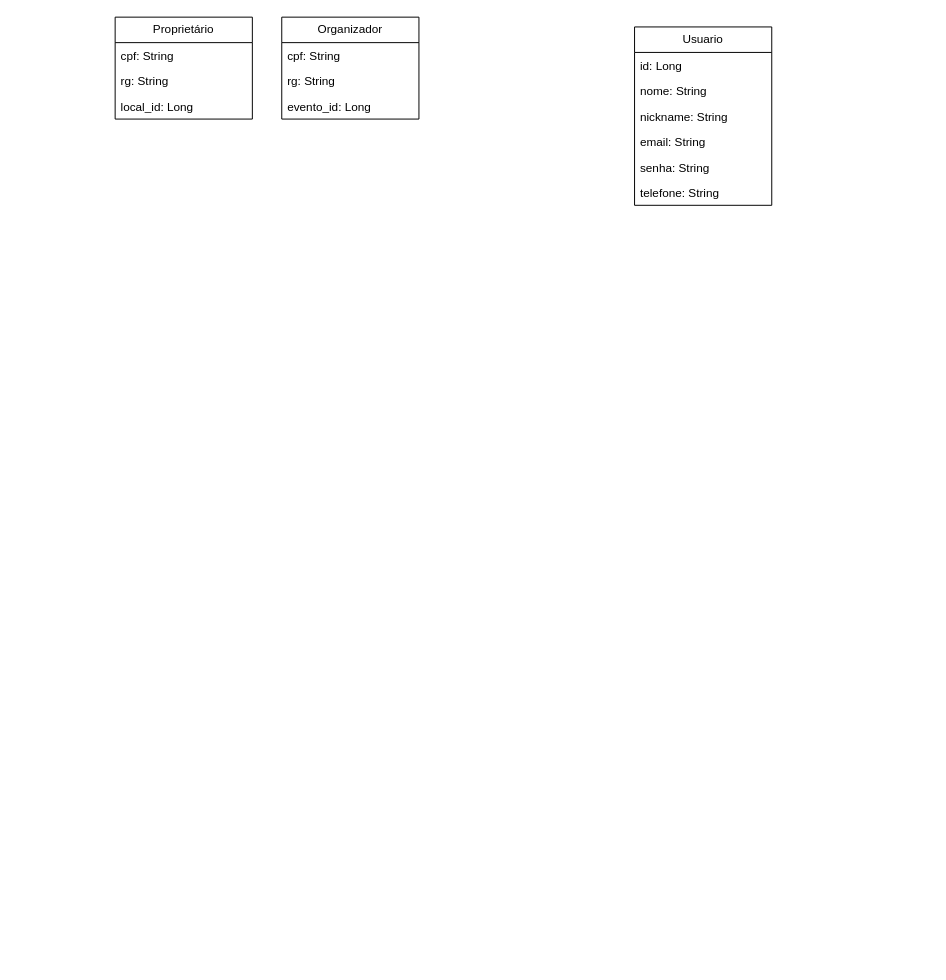
This is DiagramaDeClassesPokando.drawio from ChumeLabs-Pokando/Pokando, a draw.io file, before an edit. Source tidied: cells renumbered, new cells numbered last; positions are measured from the earlier drawing's top-left corner, leaving out a move shared by most shapes. Both pictures are drawn from the tidied source at 98%, with x=0, y=0 at pixel (115, 17).
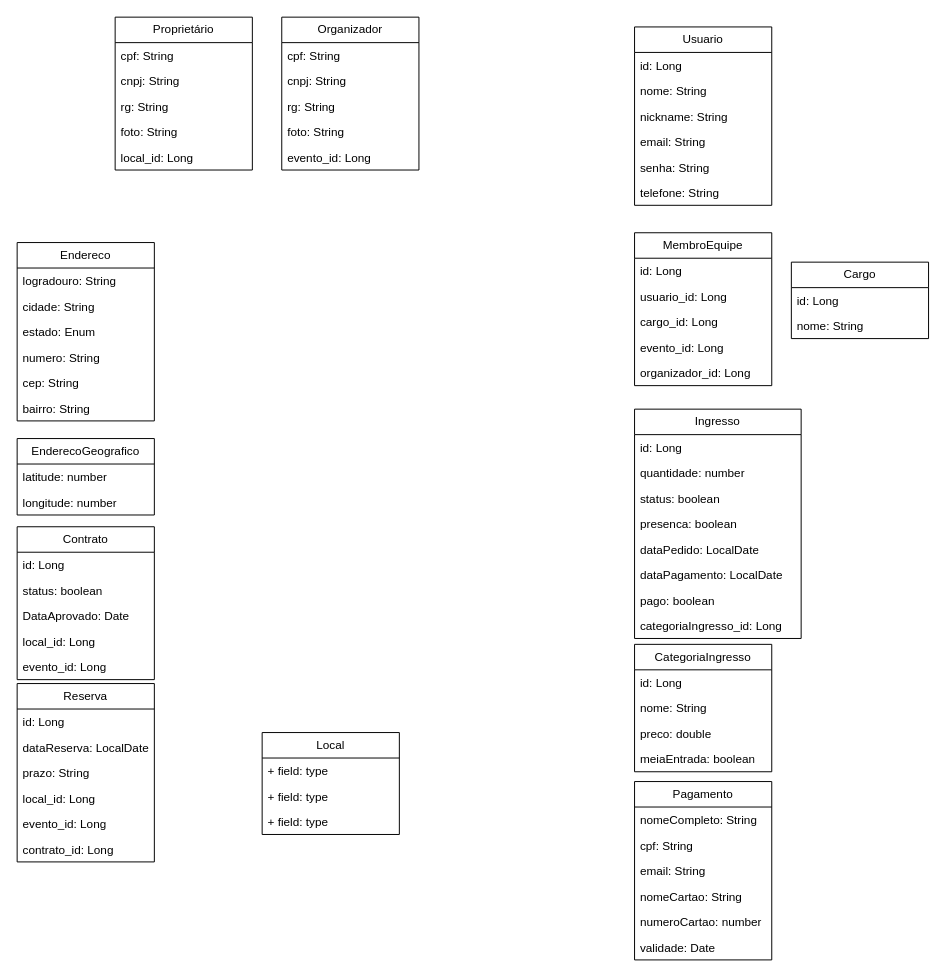
The same diagram, later.

Commit message:
Classes e atributos do diagrama antigo

Change to the diagram source:
```diff
@@
     <mxCell id="9" value="Proprietário" style="swimlane;fontStyle=0;horizontal=1;startSize=26;fillColor=none;whiteSpace=wrap;html=1;" parent="1" vertex="1">
-      <mxGeometry width="140" height="104" as="geometry" />
+      <mxGeometry width="140" height="156" as="geometry" />
     </mxCell>
@@
+    <mxCell id="17" value="&lt;span style=&quot;background-color: transparent; color: light-dark(rgb(0, 0, 0), rgb(255, 255, 255));&quot;&gt;cnpj: String&lt;/span&gt;" style="text;strokeColor=none;fillColor=none;align=left;verticalAlign=top;spacingLeft=4;spacingRight=4;overflow=hidden;whiteSpace=wrap;html=1;" parent="9" vertex="1">
+      <mxGeometry y="52" width="140" height="26" as="geometry" />
+    </mxCell>
     <mxCell id="11" value="rg: String" style="text;strokeColor=none;fillColor=none;align=left;verticalAlign=top;spacingLeft=4;spacingRight=4;overflow=hidden;whiteSpace=wrap;html=1;" parent="9" vertex="1">
-      <mxGeometry y="52" width="140" height="26" as="geometry" />
+      <mxGeometry y="78" width="140" height="26" as="geometry" />
     </mxCell>
+    <mxCell id="18" value="foto&lt;span style=&quot;background-color: transparent; color: light-dark(rgb(0, 0, 0), rgb(255, 255, 255));&quot;&gt;: String&lt;/span&gt;" style="text;strokeColor=none;fillColor=none;align=left;verticalAlign=top;spacingLeft=4;spacingRight=4;overflow=hidden;whiteSpace=wrap;html=1;" parent="9" vertex="1">
+      <mxGeometry y="104" width="140" height="26" as="geometry" />
+    </mxCell>
     <mxCell id="12" value="local_id: Long" style="text;strokeColor=none;fillColor=none;align=left;verticalAlign=top;spacingLeft=4;spacingRight=4;overflow=hidden;whiteSpace=wrap;html=1;" parent="9" vertex="1">
-      <mxGeometry y="78" width="140" height="26" as="geometry" />
+      <mxGeometry y="130" width="140" height="26" as="geometry" />
     </mxCell>
     <mxCell id="13" value="Organizador" style="swimlane;fontStyle=0;horizontal=1;startSize=26;fillColor=none;whiteSpace=wrap;html=1;" parent="1" vertex="1">
-      <mxGeometry x="170" width="140" height="104" as="geometry" />
+      <mxGeometry x="170" width="140" height="156" as="geometry" />
     </mxCell>
@@
+    <mxCell id="19" value="&lt;span style=&quot;background-color: transparent; color: light-dark(rgb(0, 0, 0), rgb(255, 255, 255));&quot;&gt;cnpj: String&lt;/span&gt;" style="text;strokeColor=none;fillColor=none;align=left;verticalAlign=top;spacingLeft=4;spacingRight=4;overflow=hidden;whiteSpace=wrap;html=1;" parent="13" vertex="1">
+      <mxGeometry y="52" width="140" height="26" as="geometry" />
+    </mxCell>
     <mxCell id="15" value="rg: String" style="text;strokeColor=none;fillColor=none;align=left;verticalAlign=top;spacingLeft=4;spacingRight=4;overflow=hidden;whiteSpace=wrap;html=1;" parent="13" vertex="1">
-      <mxGeometry y="52" width="140" height="26" as="geometry" />
+      <mxGeometry y="78" width="140" height="26" as="geometry" />
     </mxCell>
+    <mxCell id="20" value="foto&lt;span style=&quot;background-color: transparent; color: light-dark(rgb(0, 0, 0), rgb(255, 255, 255));&quot;&gt;: String&lt;/span&gt;" style="text;strokeColor=none;fillColor=none;align=left;verticalAlign=top;spacingLeft=4;spacingRight=4;overflow=hidden;whiteSpace=wrap;html=1;" parent="13" vertex="1">
+      <mxGeometry y="104" width="140" height="26" as="geometry" />
+    </mxCell>
     <mxCell id="16" value="evento_id: Long" style="text;strokeColor=none;fillColor=none;align=left;verticalAlign=top;spacingLeft=4;spacingRight=4;overflow=hidden;whiteSpace=wrap;html=1;" parent="13" vertex="1">
-      <mxGeometry y="78" width="140" height="26" as="geometry" />
+      <mxGeometry y="130" width="140" height="26" as="geometry" />
     </mxCell>
+    <mxCell id="21" value="Endereco" style="swimlane;fontStyle=0;horizontal=1;startSize=26;fillColor=none;whiteSpace=wrap;html=1;" parent="1" vertex="1">
+      <mxGeometry x="-100" y="230" width="140" height="182" as="geometry" />
+    </mxCell>
+    <mxCell id="22" value="logradouro: String" style="text;strokeColor=none;fillColor=none;align=left;verticalAlign=top;spacingLeft=4;spacingRight=4;overflow=hidden;whiteSpace=wrap;html=1;" parent="21" vertex="1">
+      <mxGeometry y="26" width="140" height="26" as="geometry" />
+    </mxCell>
+    <mxCell id="23" value="cidade: String" style="text;strokeColor=none;fillColor=none;align=left;verticalAlign=top;spacingLeft=4;spacingRight=4;overflow=hidden;whiteSpace=wrap;html=1;" parent="21" vertex="1">
+      <mxGeometry y="52" width="140" height="26" as="geometry" />
+    </mxCell>
+    <mxCell id="24" value="estado: Enum" style="text;strokeColor=none;fillColor=none;align=left;verticalAlign=top;spacingLeft=4;spacingRight=4;overflow=hidden;whiteSpace=wrap;html=1;" parent="21" vertex="1">
+      <mxGeometry y="78" width="140" height="26" as="geometry" />
+    </mxCell>
+    <mxCell id="25" value="numero: String" style="text;strokeColor=none;fillColor=none;align=left;verticalAlign=top;spacingLeft=4;spacingRight=4;overflow=hidden;whiteSpace=wrap;html=1;" parent="21" vertex="1">
+      <mxGeometry y="104" width="140" height="26" as="geometry" />
+    </mxCell>
+    <mxCell id="26" value="cep: String" style="text;strokeColor=none;fillColor=none;align=left;verticalAlign=top;spacingLeft=4;spacingRight=4;overflow=hidden;whiteSpace=wrap;html=1;" parent="21" vertex="1">
+      <mxGeometry y="130" width="140" height="26" as="geometry" />
+    </mxCell>
+    <mxCell id="27" value="bairro: String" style="text;strokeColor=none;fillColor=none;align=left;verticalAlign=top;spacingLeft=4;spacingRight=4;overflow=hidden;whiteSpace=wrap;html=1;" parent="21" vertex="1">
+      <mxGeometry y="156" width="140" height="26" as="geometry" />
+    </mxCell>
+    <mxCell id="28" value="EnderecoGeografico" style="swimlane;fontStyle=0;horizontal=1;startSize=26;fillColor=none;whiteSpace=wrap;html=1;" parent="1" vertex="1">
+      <mxGeometry x="-100" y="430" width="140" height="78" as="geometry" />
+    </mxCell>
+    <mxCell id="29" value="latitude: number" style="text;strokeColor=none;fillColor=none;align=left;verticalAlign=top;spacingLeft=4;spacingRight=4;overflow=hidden;whiteSpace=wrap;html=1;" parent="28" vertex="1">
+      <mxGeometry y="26" width="140" height="26" as="geometry" />
+    </mxCell>
+    <mxCell id="30" value="longitude: number" style="text;strokeColor=none;fillColor=none;align=left;verticalAlign=top;spacingLeft=4;spacingRight=4;overflow=hidden;whiteSpace=wrap;html=1;" parent="28" vertex="1">
+      <mxGeometry y="52" width="140" height="26" as="geometry" />
+    </mxCell>
+    <mxCell id="31" value="MembroEquipe" style="swimlane;fontStyle=0;horizontal=1;startSize=26;fillColor=none;whiteSpace=wrap;html=1;" parent="1" vertex="1">
+      <mxGeometry x="530" y="220" width="140" height="156" as="geometry" />
+    </mxCell>
+    <mxCell id="32" value="id: Long" style="text;strokeColor=none;fillColor=none;align=left;verticalAlign=top;spacingLeft=4;spacingRight=4;overflow=hidden;whiteSpace=wrap;html=1;" parent="31" vertex="1">
+      <mxGeometry y="26" width="140" height="26" as="geometry" />
+    </mxCell>
+    <mxCell id="33" value="usuario_id: Long" style="text;strokeColor=none;fillColor=none;align=left;verticalAlign=top;spacingLeft=4;spacingRight=4;overflow=hidden;whiteSpace=wrap;html=1;" parent="31" vertex="1">
+      <mxGeometry y="52" width="140" height="26" as="geometry" />
+    </mxCell>
+    <mxCell id="34" value="cargo_id: Long" style="text;strokeColor=none;fillColor=none;align=left;verticalAlign=top;spacingLeft=4;spacingRight=4;overflow=hidden;whiteSpace=wrap;html=1;" parent="31" vertex="1">
+      <mxGeometry y="78" width="140" height="26" as="geometry" />
+    </mxCell>
+    <mxCell id="35" value="evento_id: Long" style="text;strokeColor=none;fillColor=none;align=left;verticalAlign=top;spacingLeft=4;spacingRight=4;overflow=hidden;whiteSpace=wrap;html=1;" parent="31" vertex="1">
+      <mxGeometry y="104" width="140" height="26" as="geometry" />
+    </mxCell>
+    <mxCell id="36" value="organizador_id: Long" style="text;strokeColor=none;fillColor=none;align=left;verticalAlign=top;spacingLeft=4;spacingRight=4;overflow=hidden;whiteSpace=wrap;html=1;" parent="31" vertex="1">
+      <mxGeometry y="130" width="140" height="26" as="geometry" />
+    </mxCell>
+    <mxCell id="37" value="Cargo" style="swimlane;fontStyle=0;horizontal=1;startSize=26;fillColor=none;whiteSpace=wrap;html=1;" parent="1" vertex="1">
+      <mxGeometry x="690" y="250" width="140" height="78" as="geometry" />
+    </mxCell>
+    <mxCell id="38" value="id: Long" style="text;strokeColor=none;fillColor=none;align=left;verticalAlign=top;spacingLeft=4;spacingRight=4;overflow=hidden;whiteSpace=wrap;html=1;" parent="37" vertex="1">
+      <mxGeometry y="26" width="140" height="26" as="geometry" />
+    </mxCell>
+    <mxCell id="39" value="nome: String" style="text;strokeColor=none;fillColor=none;align=left;verticalAlign=top;spacingLeft=4;spacingRight=4;overflow=hidden;whiteSpace=wrap;html=1;" parent="37" vertex="1">
+      <mxGeometry y="52" width="140" height="26" as="geometry" />
+    </mxCell>
+    <mxCell id="40" value="Ingresso" style="swimlane;fontStyle=0;horizontal=1;startSize=26;fillColor=none;whiteSpace=wrap;html=1;" parent="1" vertex="1">
+      <mxGeometry x="530" y="400" width="170" height="234" as="geometry" />
+    </mxCell>
+    <mxCell id="41" value="id: Long" style="text;strokeColor=none;fillColor=none;align=left;verticalAlign=top;spacingLeft=4;spacingRight=4;overflow=hidden;whiteSpace=wrap;html=1;" parent="40" vertex="1">
+      <mxGeometry y="26" width="170" height="26" as="geometry" />
+    </mxCell>
+    <mxCell id="42" value="quantidade: number" style="text;strokeColor=none;fillColor=none;align=left;verticalAlign=top;spacingLeft=4;spacingRight=4;overflow=hidden;whiteSpace=wrap;html=1;" parent="40" vertex="1">
+      <mxGeometry y="52" width="170" height="26" as="geometry" />
+    </mxCell>
+    <mxCell id="43" value="status: boolean" style="text;strokeColor=none;fillColor=none;align=left;verticalAlign=top;spacingLeft=4;spacingRight=4;overflow=hidden;whiteSpace=wrap;html=1;" parent="40" vertex="1">
+      <mxGeometry y="78" width="170" height="26" as="geometry" />
+    </mxCell>
+    <mxCell id="44" value="presenca: boolean" style="text;strokeColor=none;fillColor=none;align=left;verticalAlign=top;spacingLeft=4;spacingRight=4;overflow=hidden;whiteSpace=wrap;html=1;" parent="40" vertex="1">
+      <mxGeometry y="104" width="170" height="26" as="geometry" />
+    </mxCell>
+    <mxCell id="45" value="dataPedido: LocalDate" style="text;strokeColor=none;fillColor=none;align=left;verticalAlign=top;spacingLeft=4;spacingRight=4;overflow=hidden;whiteSpace=wrap;html=1;" parent="40" vertex="1">
+      <mxGeometry y="130" width="170" height="26" as="geometry" />
+    </mxCell>
+    <mxCell id="46" value="dataPagamento: LocalDate" style="text;strokeColor=none;fillColor=none;align=left;verticalAlign=top;spacingLeft=4;spacingRight=4;overflow=hidden;whiteSpace=wrap;html=1;" parent="40" vertex="1">
+      <mxGeometry y="156" width="170" height="26" as="geometry" />
+    </mxCell>
+    <mxCell id="47" value="pago: boolean" style="text;strokeColor=none;fillColor=none;align=left;verticalAlign=top;spacingLeft=4;spacingRight=4;overflow=hidden;whiteSpace=wrap;html=1;" parent="40" vertex="1">
+      <mxGeometry y="182" width="170" height="26" as="geometry" />
+    </mxCell>
+    <mxCell id="48" value="categoriaIngresso_id: Long" style="text;strokeColor=none;fillColor=none;align=left;verticalAlign=top;spacingLeft=4;spacingRight=4;overflow=hidden;whiteSpace=wrap;html=1;" parent="40" vertex="1">
+      <mxGeometry y="208" width="170" height="26" as="geometry" />
+    </mxCell>
+    <mxCell id="49" value="CategoriaIngresso" style="swimlane;fontStyle=0;horizontal=1;startSize=26;fillColor=none;whiteSpace=wrap;html=1;" parent="1" vertex="1">
+      <mxGeometry x="530" y="640" width="140" height="130" as="geometry" />
+    </mxCell>
+    <mxCell id="50" value="id: Long" style="text;strokeColor=none;fillColor=none;align=left;verticalAlign=top;spacingLeft=4;spacingRight=4;overflow=hidden;whiteSpace=wrap;html=1;" parent="49" vertex="1">
+      <mxGeometry y="26" width="140" height="26" as="geometry" />
+    </mxCell>
+    <mxCell id="51" value="nome: String" style="text;strokeColor=none;fillColor=none;align=left;verticalAlign=top;spacingLeft=4;spacingRight=4;overflow=hidden;whiteSpace=wrap;html=1;" parent="49" vertex="1">
+      <mxGeometry y="52" width="140" height="26" as="geometry" />
+    </mxCell>
+    <mxCell id="52" value="preco: double" style="text;strokeColor=none;fillColor=none;align=left;verticalAlign=top;spacingLeft=4;spacingRight=4;overflow=hidden;whiteSpace=wrap;html=1;" parent="49" vertex="1">
+      <mxGeometry y="78" width="140" height="26" as="geometry" />
+    </mxCell>
+    <mxCell id="53" value="meiaEntrada: boolean" style="text;strokeColor=none;fillColor=none;align=left;verticalAlign=top;spacingLeft=4;spacingRight=4;overflow=hidden;whiteSpace=wrap;html=1;" parent="49" vertex="1">
+      <mxGeometry y="104" width="140" height="26" as="geometry" />
+    </mxCell>
+    <mxCell id="54" value="Pagamento" style="swimlane;fontStyle=0;horizontal=1;startSize=26;fillColor=none;whiteSpace=wrap;html=1;" parent="1" vertex="1">
+      <mxGeometry x="530" y="780" width="140" height="182" as="geometry" />
+    </mxCell>
+    <mxCell id="55" value="nomeCompleto: String" style="text;strokeColor=none;fillColor=none;align=left;verticalAlign=top;spacingLeft=4;spacingRight=4;overflow=hidden;whiteSpace=wrap;html=1;" parent="54" vertex="1">
+      <mxGeometry y="26" width="140" height="26" as="geometry" />
+    </mxCell>
+    <mxCell id="56" value="cpf: String" style="text;strokeColor=none;fillColor=none;align=left;verticalAlign=top;spacingLeft=4;spacingRight=4;overflow=hidden;whiteSpace=wrap;html=1;" parent="54" vertex="1">
+      <mxGeometry y="52" width="140" height="26" as="geometry" />
+    </mxCell>
+    <mxCell id="57" value="email: String" style="text;strokeColor=none;fillColor=none;align=left;verticalAlign=top;spacingLeft=4;spacingRight=4;overflow=hidden;whiteSpace=wrap;html=1;" parent="54" vertex="1">
+      <mxGeometry y="78" width="140" height="26" as="geometry" />
+    </mxCell>
+    <mxCell id="58" value="nomeCartao: String" style="text;strokeColor=none;fillColor=none;align=left;verticalAlign=top;spacingLeft=4;spacingRight=4;overflow=hidden;whiteSpace=wrap;html=1;" parent="54" vertex="1">
+      <mxGeometry y="104" width="140" height="26" as="geometry" />
+    </mxCell>
+    <mxCell id="59" value="numeroCartao: number" style="text;strokeColor=none;fillColor=none;align=left;verticalAlign=top;spacingLeft=4;spacingRight=4;overflow=hidden;whiteSpace=wrap;html=1;" parent="54" vertex="1">
+      <mxGeometry y="130" width="140" height="26" as="geometry" />
+    </mxCell>
+    <mxCell id="60" value="validade: Date" style="text;strokeColor=none;fillColor=none;align=left;verticalAlign=top;spacingLeft=4;spacingRight=4;overflow=hidden;whiteSpace=wrap;html=1;" parent="54" vertex="1">
+      <mxGeometry y="156" width="140" height="26" as="geometry" />
+    </mxCell>
+    <mxCell id="61" value="Contrato" style="swimlane;fontStyle=0;horizontal=1;startSize=26;fillColor=none;whiteSpace=wrap;html=1;" parent="1" vertex="1">
+      <mxGeometry x="-100" y="520" width="140" height="156" as="geometry" />
+    </mxCell>
+    <mxCell id="62" value="id: Long" style="text;strokeColor=none;fillColor=none;align=left;verticalAlign=top;spacingLeft=4;spacingRight=4;overflow=hidden;whiteSpace=wrap;html=1;" parent="61" vertex="1">
+      <mxGeometry y="26" width="140" height="26" as="geometry" />
+    </mxCell>
+    <mxCell id="63" value="status: boolean" style="text;strokeColor=none;fillColor=none;align=left;verticalAlign=top;spacingLeft=4;spacingRight=4;overflow=hidden;whiteSpace=wrap;html=1;" parent="61" vertex="1">
+      <mxGeometry y="52" width="140" height="26" as="geometry" />
+    </mxCell>
+    <mxCell id="64" value="DataAprovado: Date&lt;div&gt;&lt;br&gt;&lt;/div&gt;" style="text;strokeColor=none;fillColor=none;align=left;verticalAlign=top;spacingLeft=4;spacingRight=4;overflow=hidden;whiteSpace=wrap;html=1;" parent="61" vertex="1">
+      <mxGeometry y="78" width="140" height="26" as="geometry" />
+    </mxCell>
+    <mxCell id="65" value="local_id: Long" style="text;strokeColor=none;fillColor=none;align=left;verticalAlign=top;spacingLeft=4;spacingRight=4;overflow=hidden;whiteSpace=wrap;html=1;" parent="61" vertex="1">
+      <mxGeometry y="104" width="140" height="26" as="geometry" />
+    </mxCell>
+    <mxCell id="66" value="evento_id: Long" style="text;strokeColor=none;fillColor=none;align=left;verticalAlign=top;spacingLeft=4;spacingRight=4;overflow=hidden;whiteSpace=wrap;html=1;" parent="61" vertex="1">
+      <mxGeometry y="130" width="140" height="26" as="geometry" />
+    </mxCell>
+    <mxCell id="67" value="Reserva" style="swimlane;fontStyle=0;horizontal=1;startSize=26;fillColor=none;whiteSpace=wrap;html=1;" parent="1" vertex="1">
+      <mxGeometry x="-100" y="680" width="140" height="182" as="geometry" />
+    </mxCell>
+    <mxCell id="68" value="id: Long" style="text;strokeColor=none;fillColor=none;align=left;verticalAlign=top;spacingLeft=4;spacingRight=4;overflow=hidden;whiteSpace=wrap;html=1;" parent="67" vertex="1">
+      <mxGeometry y="26" width="140" height="26" as="geometry" />
+    </mxCell>
+    <mxCell id="69" value="dataReserva: LocalDate" style="text;strokeColor=none;fillColor=none;align=left;verticalAlign=top;spacingLeft=4;spacingRight=4;overflow=hidden;whiteSpace=wrap;html=1;" parent="67" vertex="1">
+      <mxGeometry y="52" width="140" height="26" as="geometry" />
+    </mxCell>
+    <mxCell id="70" value="prazo: String" style="text;strokeColor=none;fillColor=none;align=left;verticalAlign=top;spacingLeft=4;spacingRight=4;overflow=hidden;whiteSpace=wrap;html=1;" parent="67" vertex="1">
+      <mxGeometry y="78" width="140" height="26" as="geometry" />
+    </mxCell>
+    <mxCell id="71" value="local_id: Long" style="text;strokeColor=none;fillColor=none;align=left;verticalAlign=top;spacingLeft=4;spacingRight=4;overflow=hidden;whiteSpace=wrap;html=1;" parent="67" vertex="1">
+      <mxGeometry y="104" width="140" height="26" as="geometry" />
+    </mxCell>
+    <mxCell id="72" value="evento_id: Long" style="text;strokeColor=none;fillColor=none;align=left;verticalAlign=top;spacingLeft=4;spacingRight=4;overflow=hidden;whiteSpace=wrap;html=1;" parent="67" vertex="1">
+      <mxGeometry y="130" width="140" height="26" as="geometry" />
+    </mxCell>
+    <mxCell id="73" value="contrato_id: Long" style="text;strokeColor=none;fillColor=none;align=left;verticalAlign=top;spacingLeft=4;spacingRight=4;overflow=hidden;whiteSpace=wrap;html=1;" parent="67" vertex="1">
+      <mxGeometry y="156" width="140" height="26" as="geometry" />
+    </mxCell>
+    <mxCell id="74" value="Local" style="swimlane;fontStyle=0;horizontal=1;startSize=26;fillColor=none;whiteSpace=wrap;html=1;" parent="1" vertex="1">
+      <mxGeometry x="150" y="730" width="140" height="104" as="geometry" />
+    </mxCell>
+    <mxCell id="75" value="+ field: type" style="text;strokeColor=none;fillColor=none;align=left;verticalAlign=top;spacingLeft=4;spacingRight=4;overflow=hidden;whiteSpace=wrap;html=1;" parent="74" vertex="1">
+      <mxGeometry y="26" width="140" height="26" as="geometry" />
+    </mxCell>
+    <mxCell id="76" value="+ field: type" style="text;strokeColor=none;fillColor=none;align=left;verticalAlign=top;spacingLeft=4;spacingRight=4;overflow=hidden;whiteSpace=wrap;html=1;" parent="74" vertex="1">
+      <mxGeometry y="52" width="140" height="26" as="geometry" />
+    </mxCell>
+    <mxCell id="77" value="+ field: type" style="text;strokeColor=none;fillColor=none;align=left;verticalAlign=top;spacingLeft=4;spacingRight=4;overflow=hidden;whiteSpace=wrap;html=1;" parent="74" vertex="1">
+      <mxGeometry y="78" width="140" height="26" as="geometry" />
+    </mxCell>
```
